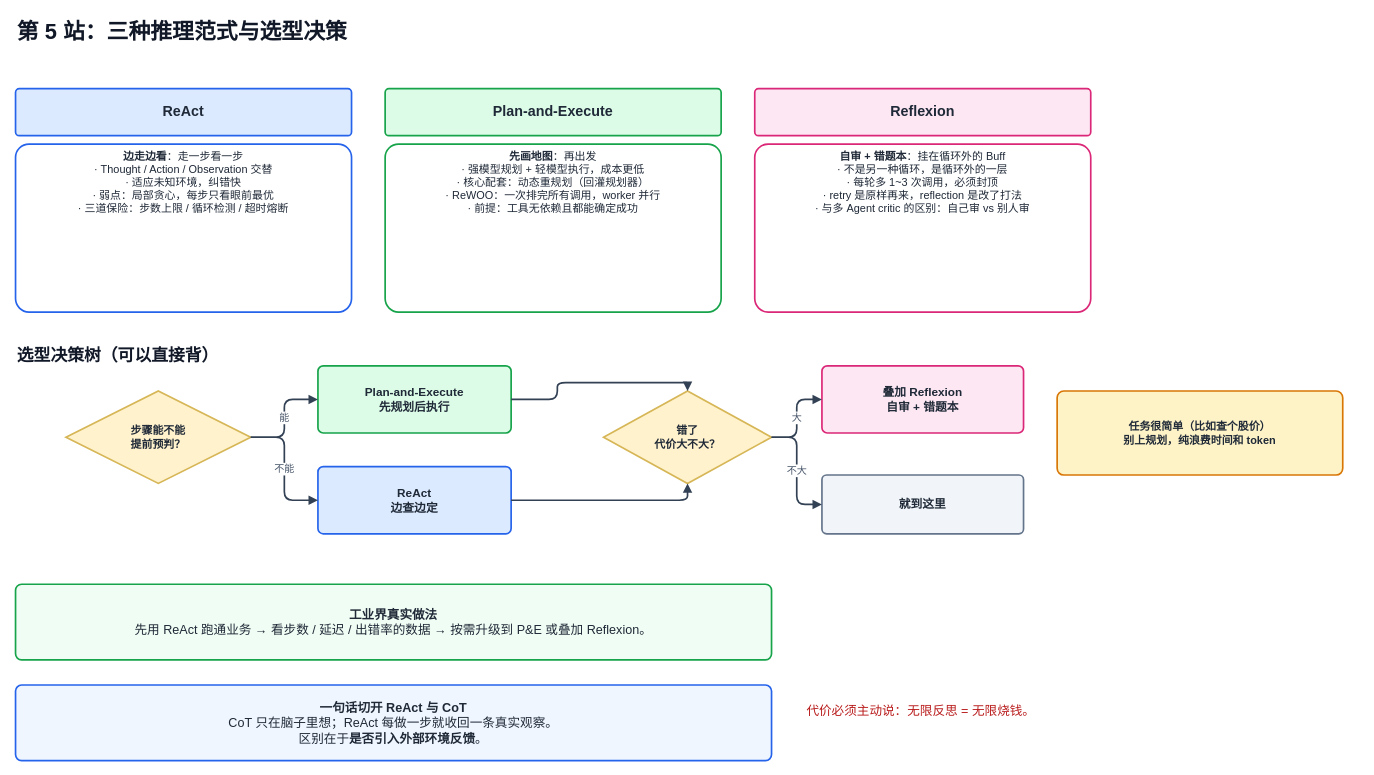
The draw.io diagram page "04-推理范式与选型" (4 of 5) of 6-ai/Agent 面试八站作战地图.drawio in vic868/Deliberate, before the edit. Source tidied: cells renumbered, new cells numbered last; positions are measured from the earlier drawing's top-left corner, leaving out a move shared by most shapes. Both pictures are drawn from the tidied source at 84%, with x=0, y=0 at pixel (15, 14).
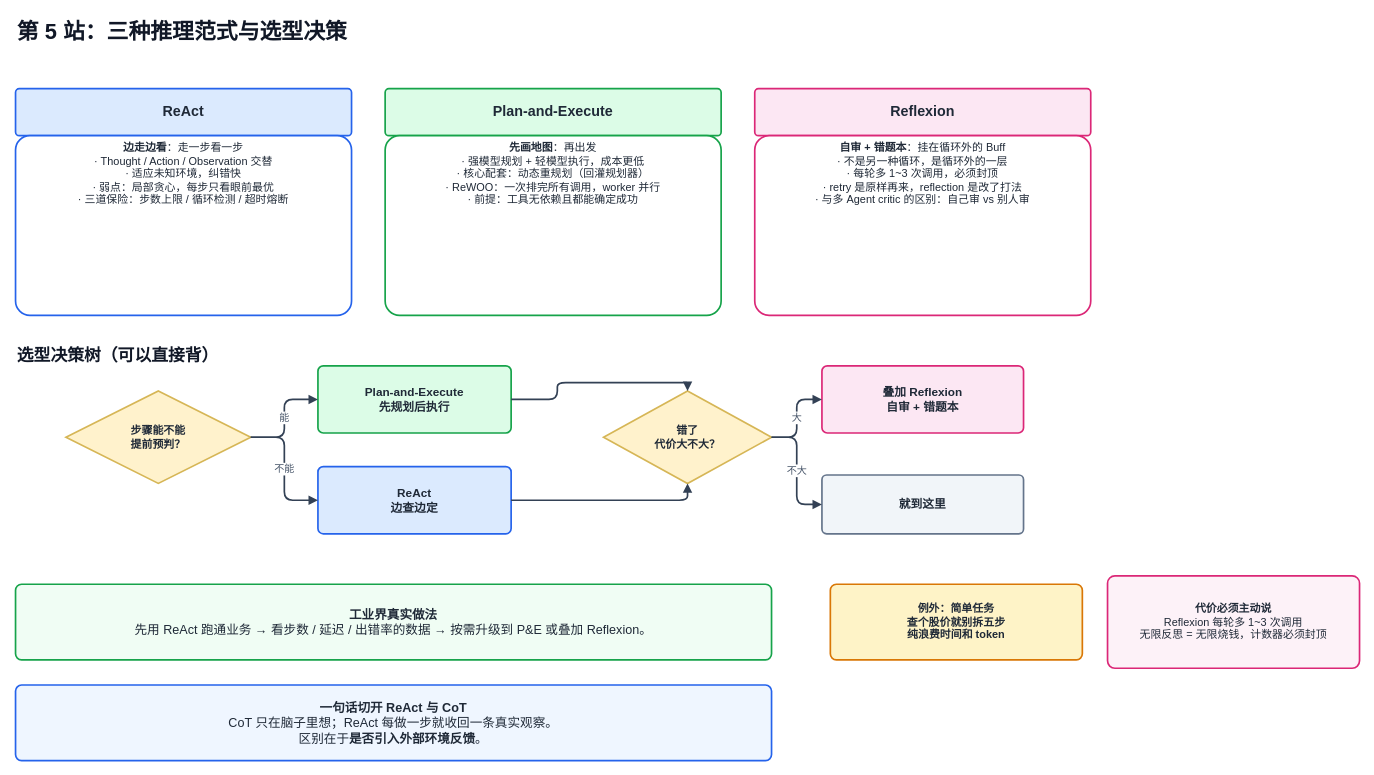
After the change.

What changed in the source:
```diff
@@
     <mxCell id="4" value="&lt;b&gt;边走边看&lt;/b&gt;：走一步看一步&lt;br/&gt;· Thought / Action / Observation 交替&lt;br/&gt;· 适应未知环境，纠错快&lt;br/&gt;· 弱点：局部贪心，每步只看眼前最优&lt;br/&gt;· 三道保险：步数上限 / 循环检测 / 超时熔断" style="rounded=1;whiteSpace=wrap;html=1;fillColor=#ffffff;strokeColor=#2563eb;strokeWidth=2;fontSize=13;fontStyle=0;align=center;verticalAlign=top;dashed=0;fontColor=#1f2937;arcSize=8;" parent="1" vertex="1">
-      <mxGeometry y="154" width="400" height="200" as="geometry" />
+      <mxGeometry y="144" width="400" height="214" as="geometry" />
     </mxCell>
@@
     <mxCell id="6" value="&lt;b&gt;先画地图&lt;/b&gt;：再出发&lt;br/&gt;· 强模型规划 + 轻模型执行，成本更低&lt;br/&gt;· 核心配套：动态重规划（回灌规划器）&lt;br/&gt;· ReWOO：一次排完所有调用，worker 并行&lt;br/&gt;· 前提：工具无依赖且都能确定成功" style="rounded=1;whiteSpace=wrap;html=1;fillColor=#ffffff;strokeColor=#16a34a;strokeWidth=2;fontSize=13;fontStyle=0;align=center;verticalAlign=top;dashed=0;fontColor=#1f2937;arcSize=8;" parent="1" vertex="1">
-      <mxGeometry x="440" y="154" width="400" height="200" as="geometry" />
+      <mxGeometry x="440" y="144" width="400" height="214" as="geometry" />
     </mxCell>
@@
     <mxCell id="8" value="&lt;b&gt;自审 + 错题本&lt;/b&gt;：挂在循环外的 Buff&lt;br/&gt;· 不是另一种循环，是循环外的一层&lt;br/&gt;· 每轮多 1~3 次调用，必须封顶&lt;br/&gt;· retry 是原样再来，reflection 是改了打法&lt;br/&gt;· 与多 Agent critic 的区别：自己审 vs 别人审" style="rounded=1;whiteSpace=wrap;html=1;fillColor=#ffffff;strokeColor=#db2777;strokeWidth=2;fontSize=13;fontStyle=0;align=center;verticalAlign=top;dashed=0;fontColor=#1f2937;arcSize=8;" parent="1" vertex="1">
-      <mxGeometry x="880" y="154" width="400" height="200" as="geometry" />
+      <mxGeometry x="880" y="144" width="400" height="214" as="geometry" />
     </mxCell>
@@
-    <mxCell id="22" value="任务很简单（比如查个股价）&lt;br/&gt;&lt;b&gt;别上规划，纯浪费时间和 token&lt;/b&gt;" style="rounded=1;whiteSpace=wrap;html=1;fillColor=#fef3c7;strokeColor=#d97706;strokeWidth=2;fontSize=13;fontStyle=1;align=center;verticalAlign=middle;dashed=0;fontColor=#1f2937;arcSize=8;" parent="1" vertex="1">
-      <mxGeometry x="1240" y="448" width="340" height="100" as="geometry" />
+    <mxCell id="22" value="&lt;b&gt;例外：简单任务&lt;/b&gt;&lt;br/&gt;查个股价就别拆五步&lt;br/&gt;纯浪费时间和 token" style="rounded=1;whiteSpace=wrap;html=1;fillColor=#fef3c7;strokeColor=#d97706;strokeWidth=2;fontSize=13;fontStyle=1;align=center;verticalAlign=middle;dashed=0;fontColor=#1f2937;arcSize=8;" parent="1" vertex="1">
+      <mxGeometry x="970" y="678" width="300" height="90" as="geometry" />
     </mxCell>
@@
-    <mxCell id="25" value="代价必须主动说：无限反思 = 无限烧钱。" style="text;html=1;whiteSpace=wrap;strokeColor=none;fillColor=none;align=left;verticalAlign=middle;fontSize=15;fontStyle=0;fontColor=#b91c1c;" parent="1" vertex="1">
-      <mxGeometry x="940" y="808" width="600" height="40" as="geometry" />
+    <mxCell id="25" value="&lt;b&gt;代价必须主动说&lt;/b&gt;&lt;br/&gt;Reflexion 每轮多 1~3 次调用&lt;br/&gt;无限反思 = 无限烧钱，计数器必须封顶" style="rounded=1;whiteSpace=wrap;html=1;fillColor=#fdf2f8;strokeColor=#db2777;strokeWidth=2;fontSize=13;fontStyle=0;align=center;verticalAlign=middle;dashed=0;fontColor=#1f2937;arcSize=8;" parent="1" vertex="1">
+      <mxGeometry x="1300" y="668" width="300" height="110" as="geometry" />
     </mxCell>
```
